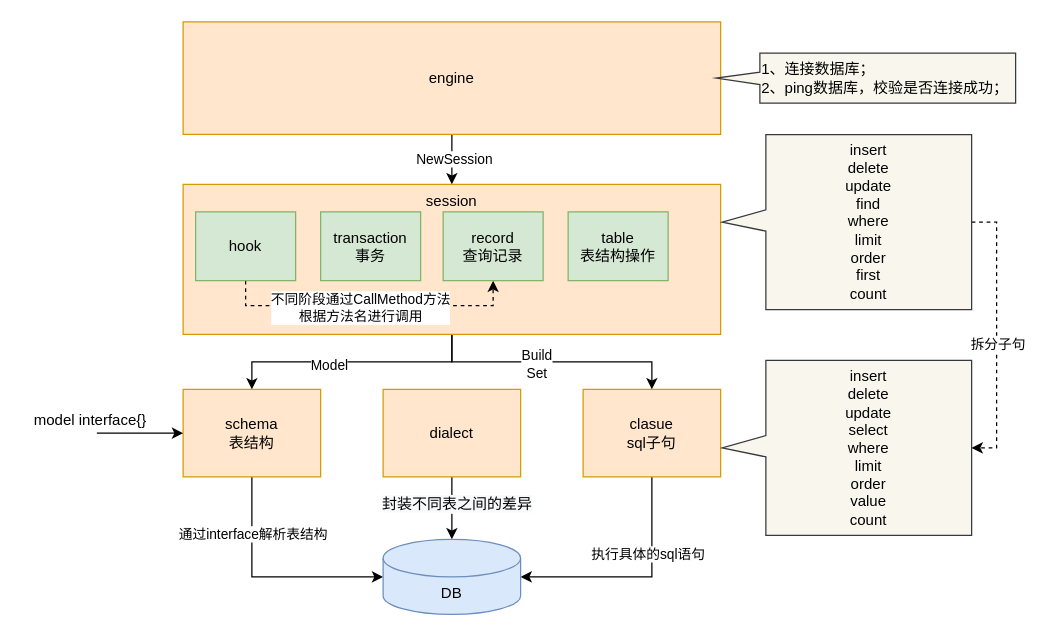
Earlier version of the draw.io diagram 使用golang实现简单的orm.resources/GemmaORM_struct.drawio (rh670892215/rh670892215.github.io). Source tidied: cells renumbered, new cells numbered last; positions are measured from the earlier drawing's top-left corner, leaving out a move shared by most shapes. Both pictures are drawn from the tidied source at 125%, with x=0, y=0 at pixel (21, -72).
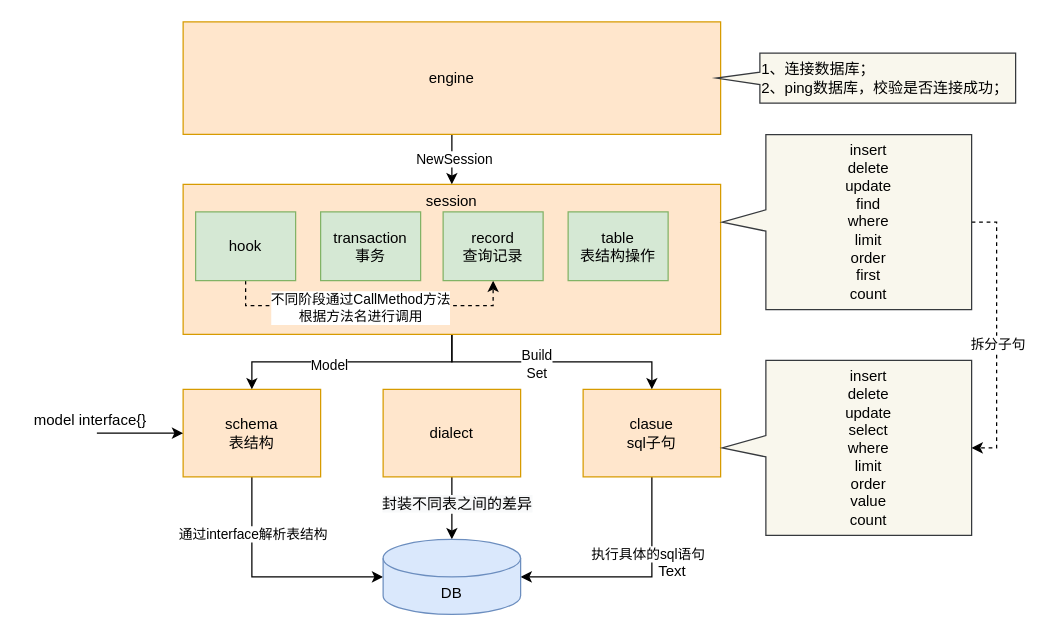
The same diagram, later.

The edit, as a diff of the source:
```diff
@@
+    <mxCell id="33" value="Text" style="text;html=1;align=center;verticalAlign=middle;strokeColor=none;fillColor=none;" parent="1" vertex="1">
+      <mxGeometry x="500" y="505" width="40" height="20" as="geometry" />
+    </mxCell>
```
